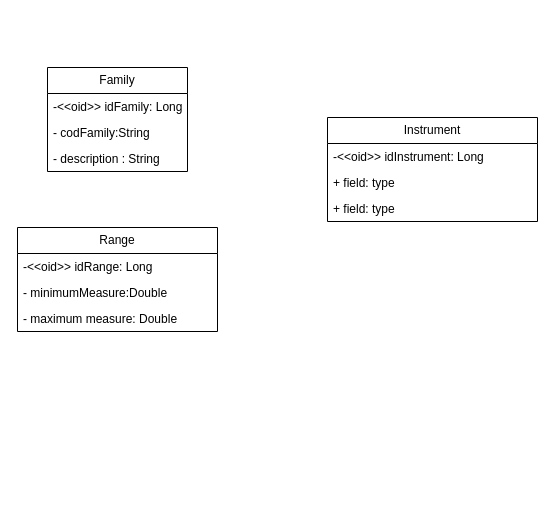
joseropa/InstrumetSystem keeps this draw.io diagram as Diagrama sem nome.drawio. Above is the earlier version. Source tidied: cells renumbered, new cells numbered last; positions are measured from the earlier drawing's top-left corner, leaving out a move shared by most shapes. Both pictures are drawn from the tidied source at 100%, with x=0, y=0 at pixel (17, 67).
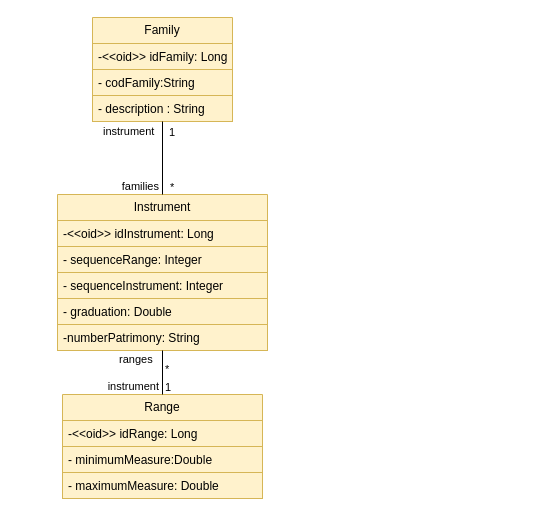
Above is the later version.

Diff of the diagram source:
```diff
@@
-    <mxCell id="2" value="Family" style="swimlane;fontStyle=0;horizontal=1;startSize=26;fillColor=none;whiteSpace=wrap;html=1;" parent="1" vertex="1">
-      <mxGeometry x="30" width="140" height="104" as="geometry" />
+    <mxCell id="2" value="Family" style="swimlane;fontStyle=0;horizontal=1;startSize=26;fillColor=#fff2cc;whiteSpace=wrap;html=1;strokeColor=#d6b656;" parent="1" vertex="1">
+      <mxGeometry x="75" y="-50" width="140" height="104" as="geometry" />
     </mxCell>
-    <mxCell id="3" value="-&amp;lt;&amp;lt;oid&amp;gt;&amp;gt; idFamily: Long" style="text;strokeColor=none;fillColor=none;align=left;verticalAlign=top;spacingLeft=4;spacingRight=4;overflow=hidden;whiteSpace=wrap;html=1;" parent="2" vertex="1">
+    <mxCell id="3" value="-&amp;lt;&amp;lt;oid&amp;gt;&amp;gt; idFamily: Long" style="text;strokeColor=#d6b656;fillColor=#fff2cc;align=left;verticalAlign=top;spacingLeft=4;spacingRight=4;overflow=hidden;whiteSpace=wrap;html=1;" parent="2" vertex="1">
       <mxGeometry y="26" width="140" height="26" as="geometry" />
     </mxCell>
-    <mxCell id="4" value="- codFamily:String" style="text;strokeColor=none;fillColor=none;align=left;verticalAlign=top;spacingLeft=4;spacingRight=4;overflow=hidden;whiteSpace=wrap;html=1;" parent="2" vertex="1">
+    <mxCell id="4" value="- codFamily:String" style="text;strokeColor=#d6b656;fillColor=#fff2cc;align=left;verticalAlign=top;spacingLeft=4;spacingRight=4;overflow=hidden;whiteSpace=wrap;html=1;" parent="2" vertex="1">
       <mxGeometry y="52" width="140" height="26" as="geometry" />
     </mxCell>
-    <mxCell id="5" value="-&amp;nbsp;description : String" style="text;strokeColor=none;fillColor=none;align=left;verticalAlign=top;spacingLeft=4;spacingRight=4;overflow=hidden;whiteSpace=wrap;html=1;" parent="2" vertex="1">
+    <mxCell id="5" value="-&amp;nbsp;description : String" style="text;strokeColor=#d6b656;fillColor=#fff2cc;align=left;verticalAlign=top;spacingLeft=4;spacingRight=4;overflow=hidden;whiteSpace=wrap;html=1;" parent="2" vertex="1">
       <mxGeometry y="78" width="140" height="26" as="geometry" />
     </mxCell>
-    <mxCell id="6" value="Range" style="swimlane;fontStyle=0;horizontal=1;startSize=26;fillColor=none;whiteSpace=wrap;html=1;" parent="1" vertex="1">
-      <mxGeometry y="160" width="200" height="104" as="geometry" />
+    <mxCell id="6" value="Range" style="swimlane;fontStyle=0;horizontal=1;startSize=26;fillColor=#fff2cc;whiteSpace=wrap;html=1;strokeColor=#d6b656;" parent="1" vertex="1">
+      <mxGeometry x="45" y="327" width="200" height="104" as="geometry" />
     </mxCell>
-    <mxCell id="7" value="-&amp;lt;&amp;lt;oid&amp;gt;&amp;gt; idRange: Long" style="text;strokeColor=none;fillColor=none;align=left;verticalAlign=top;spacingLeft=4;spacingRight=4;overflow=hidden;whiteSpace=wrap;html=1;" parent="6" vertex="1">
+    <mxCell id="7" value="-&amp;lt;&amp;lt;oid&amp;gt;&amp;gt; idRange: Long" style="text;strokeColor=#d6b656;fillColor=#fff2cc;align=left;verticalAlign=top;spacingLeft=4;spacingRight=4;overflow=hidden;whiteSpace=wrap;html=1;" parent="6" vertex="1">
       <mxGeometry y="26" width="200" height="26" as="geometry" />
     </mxCell>
-    <mxCell id="8" value="-&amp;nbsp;minimumMeasure&lt;span style=&quot;background-color: initial;&quot;&gt;:Double&lt;/span&gt;" style="text;strokeColor=none;fillColor=none;align=left;verticalAlign=top;spacingLeft=4;spacingRight=4;overflow=hidden;whiteSpace=wrap;html=1;" parent="6" vertex="1">
+    <mxCell id="8" value="-&amp;nbsp;minimumMeasure&lt;span style=&quot;background-color: initial;&quot;&gt;:Double&lt;/span&gt;" style="text;strokeColor=#d6b656;fillColor=#fff2cc;align=left;verticalAlign=top;spacingLeft=4;spacingRight=4;overflow=hidden;whiteSpace=wrap;html=1;" parent="6" vertex="1">
       <mxGeometry y="52" width="200" height="26" as="geometry" />
     </mxCell>
-    <mxCell id="9" value="-&amp;nbsp;maximum measure: Double" style="text;strokeColor=none;fillColor=none;align=left;verticalAlign=top;spacingLeft=4;spacingRight=4;overflow=hidden;whiteSpace=wrap;html=1;" parent="6" vertex="1">
+    <mxCell id="9" value="-&amp;nbsp;maximumMeasure: Double" style="text;strokeColor=#d6b656;fillColor=#fff2cc;align=left;verticalAlign=top;spacingLeft=4;spacingRight=4;overflow=hidden;whiteSpace=wrap;html=1;" parent="6" vertex="1">
       <mxGeometry y="78" width="200" height="26" as="geometry" />
     </mxCell>
-    <mxCell id="10" value="Instrument" style="swimlane;fontStyle=0;horizontal=1;startSize=26;fillColor=none;whiteSpace=wrap;html=1;" parent="1" vertex="1">
-      <mxGeometry x="310" y="50" width="210" height="104" as="geometry" />
+    <mxCell id="10" value="Instrument" style="swimlane;fontStyle=0;horizontal=1;startSize=26;fillColor=#fff2cc;whiteSpace=wrap;html=1;strokeColor=#d6b656;" parent="1" vertex="1">
+      <mxGeometry x="40" y="127" width="210" height="156" as="geometry" />
     </mxCell>
-    <mxCell id="11" value="-&amp;lt;&amp;lt;oid&amp;gt;&amp;gt; idInstrument: Long" style="text;strokeColor=none;fillColor=none;align=left;verticalAlign=top;spacingLeft=4;spacingRight=4;overflow=hidden;whiteSpace=wrap;html=1;" parent="10" vertex="1">
+    <mxCell id="11" value="-&amp;lt;&amp;lt;oid&amp;gt;&amp;gt; idInstrument: Long" style="text;strokeColor=#d6b656;fillColor=#fff2cc;align=left;verticalAlign=top;spacingLeft=4;spacingRight=4;overflow=hidden;whiteSpace=wrap;html=1;" parent="10" vertex="1">
       <mxGeometry y="26" width="210" height="26" as="geometry" />
     </mxCell>
-    <mxCell id="12" value="+ field: type" style="text;strokeColor=none;fillColor=none;align=left;verticalAlign=top;spacingLeft=4;spacingRight=4;overflow=hidden;whiteSpace=wrap;html=1;" parent="10" vertex="1">
+    <mxCell id="12" value="- sequenceRange: Integer" style="text;strokeColor=#d6b656;fillColor=#fff2cc;align=left;verticalAlign=top;spacingLeft=4;spacingRight=4;overflow=hidden;whiteSpace=wrap;html=1;" parent="10" vertex="1">
       <mxGeometry y="52" width="210" height="26" as="geometry" />
     </mxCell>
-    <mxCell id="13" value="+ field: type" style="text;strokeColor=none;fillColor=none;align=left;verticalAlign=top;spacingLeft=4;spacingRight=4;overflow=hidden;whiteSpace=wrap;html=1;" parent="10" vertex="1">
+    <mxCell id="13" value="- sequenceInstrument: Integer" style="text;strokeColor=#d6b656;fillColor=#fff2cc;align=left;verticalAlign=top;spacingLeft=4;spacingRight=4;overflow=hidden;whiteSpace=wrap;html=1;" parent="10" vertex="1">
       <mxGeometry y="78" width="210" height="26" as="geometry" />
     </mxCell>
+    <mxCell id="14" value="- graduation: Double" style="text;strokeColor=#d6b656;fillColor=#fff2cc;align=left;verticalAlign=top;spacingLeft=4;spacingRight=4;overflow=hidden;whiteSpace=wrap;html=1;" parent="10" vertex="1">
+      <mxGeometry y="104" width="210" height="26" as="geometry" />
+    </mxCell>
+    <mxCell id="15" value="-numberPatrimony&lt;span style=&quot;background-color: initial;&quot;&gt;: String&lt;/span&gt;" style="text;strokeColor=#d6b656;fillColor=#fff2cc;align=left;verticalAlign=top;spacingLeft=4;spacingRight=4;overflow=hidden;whiteSpace=wrap;html=1;" parent="10" vertex="1">
+      <mxGeometry y="130" width="210" height="26" as="geometry" />
+    </mxCell>
+    <mxCell id="16" style="endArrow=none;html=1;edgeStyle=orthogonalEdgeStyle;rounded=0;exitX=0.5;exitY=1;exitDx=0;exitDy=0;entryX=0.5;entryY=0;entryDx=0;entryDy=0;" parent="1" edge="1" source="2" target="10">
+      <mxGeometry relative="1" as="geometry" />
+    </mxCell>
+    <mxCell id="17" value="instrument" style="edgeLabel;html=1;align=left;verticalAlign=bottom;" parent="16" vertex="1">
+      <mxGeometry x="-1" relative="1" as="geometry">
+        <mxPoint x="-61" y="18" as="offset" />
+      </mxGeometry>
+    </mxCell>
+    <mxCell id="18" value="families" style="edgeLabel;html=1;align=right;verticalAlign=bottom;" parent="16" vertex="1">
+      <mxGeometry x="1" relative="1" as="geometry">
+        <mxPoint x="-3" as="offset" />
+      </mxGeometry>
+    </mxCell>
+    <mxCell id="19" value="1" style="edgeLabel;html=1;align=left;verticalAlign=bottom;" parent="1" vertex="1">
+      <mxGeometry x="150" y="73" as="geometry" />
+    </mxCell>
+    <mxCell id="20" value="*" style="edgeLabel;html=1;align=left;verticalAlign=bottom;" parent="1" vertex="1">
+      <mxGeometry x="166" y="82" as="geometry">
+        <mxPoint x="-15" y="46" as="offset" />
+      </mxGeometry>
+    </mxCell>
+    <mxCell id="21" style="endArrow=none;html=1;edgeStyle=orthogonalEdgeStyle;rounded=0;exitX=0.5;exitY=1;exitDx=0;exitDy=0;entryX=0.5;entryY=0;entryDx=0;entryDy=0;" parent="1" edge="1" source="10" target="6">
+      <mxGeometry relative="1" as="geometry" />
+    </mxCell>
+    <mxCell id="22" value="ranges" style="edgeLabel;html=1;align=left;verticalAlign=bottom;" parent="21" vertex="1">
+      <mxGeometry x="-1" relative="1" as="geometry">
+        <mxPoint x="-45" y="17" as="offset" />
+      </mxGeometry>
+    </mxCell>
+    <mxCell id="23" value="instrument" style="edgeLabel;html=1;align=right;verticalAlign=bottom;" parent="21" vertex="1">
+      <mxGeometry x="1" relative="1" as="geometry">
+        <mxPoint x="-3" as="offset" />
+      </mxGeometry>
+    </mxCell>
+    <mxCell id="24" value="1" style="edgeLabel;html=1;align=left;verticalAlign=bottom;" parent="1" vertex="1">
+      <mxGeometry x="146" y="328" as="geometry" />
+    </mxCell>
+    <mxCell id="25" value="*" style="edgeLabel;html=1;align=left;verticalAlign=bottom;" parent="1" vertex="1">
+      <mxGeometry x="146" y="310" as="geometry" />
+    </mxCell>
```
